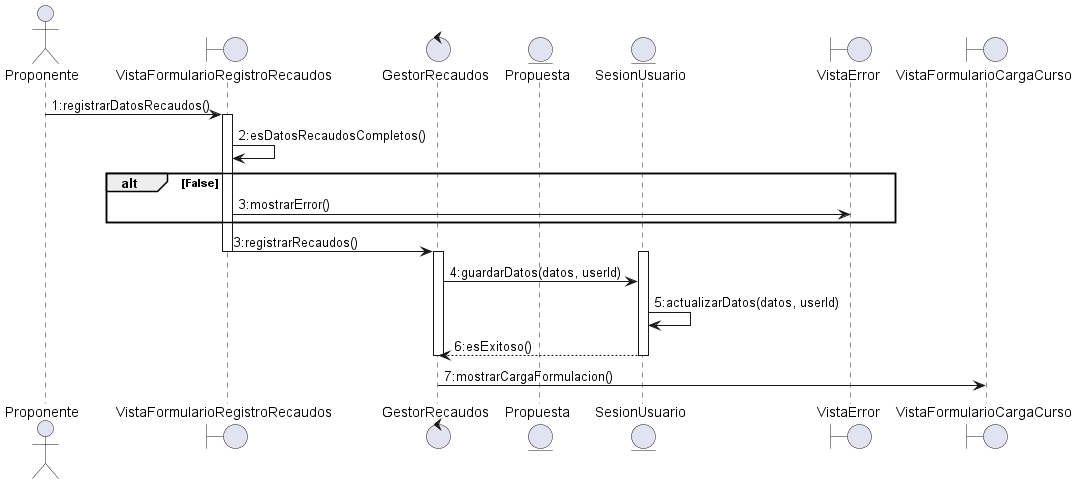
Above: docs/scenariosView/DisciplinaDeDisenio/DiagramaDeSecuenciaRegistrarRecaudos.png in Samantha-Ramirez/ProyectoEquipo7ING (PlantUML), before the change.
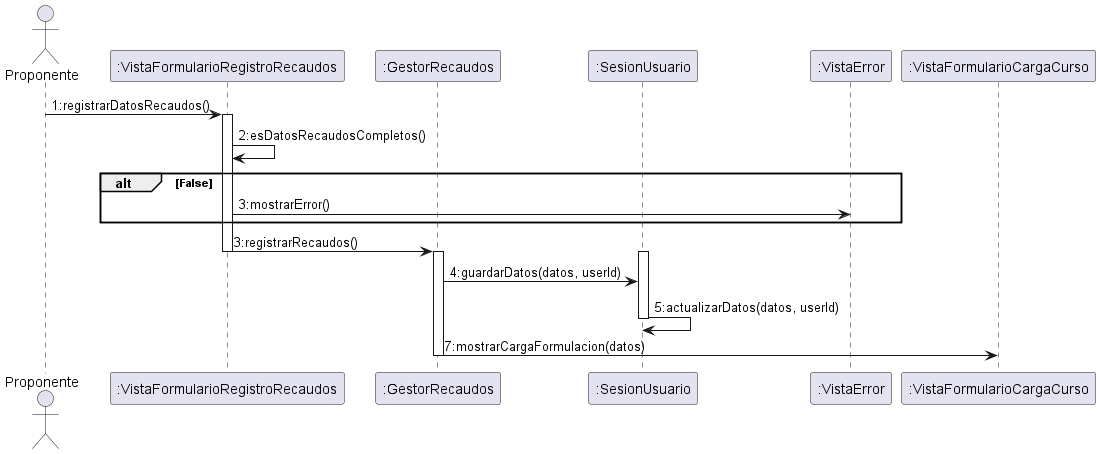
Above is the later version.

The edit, as a diff of the source:
```diff
@@ -1,12 +1,11 @@
 @startuml DiagramaDeSecuenciaRegistrarRecaudos
 
 actor Proponente
-boundary VistaFormularioRegistroRecaudos
-control GestorRecaudos
-entity Propuesta
-entity SesionUsuario
-boundary VistaError
-boundary VistaFormularioCargaCurso
+participant ":VistaFormularioRegistroRecaudos" as VistaFormularioRegistroRecaudos
+participant ":GestorRecaudos" as GestorRecaudos
+participant ":SesionUsuario" as SesionUsuario
+participant ":VistaError" as VistaError
+participant ":VistaFormularioCargaCurso" as VistaFormularioCargaCurso
 
 Proponente -> VistaFormularioRegistroRecaudos : 1:registrarDatosRecaudos()
 activate VistaFormularioRegistroRecaudos
@@ -20,8 +19,8 @@
 activate SesionUsuario
 GestorRecaudos -> SesionUsuario : 4:guardarDatos(datos, userId)
 SesionUsuario -> SesionUsuario : 5:actualizarDatos(datos, userId)
-SesionUsuario --> GestorRecaudos : 6:esExitoso()
 deactivate SesionUsuario
+GestorRecaudos -> VistaFormularioCargaCurso : 7:mostrarCargaFormulacion(datos)
 deactivate GestorRecaudos
-GestorRecaudos -> VistaFormularioCargaCurso : 7:mostrarCargaFormulacion()
+
 @enduml
```
